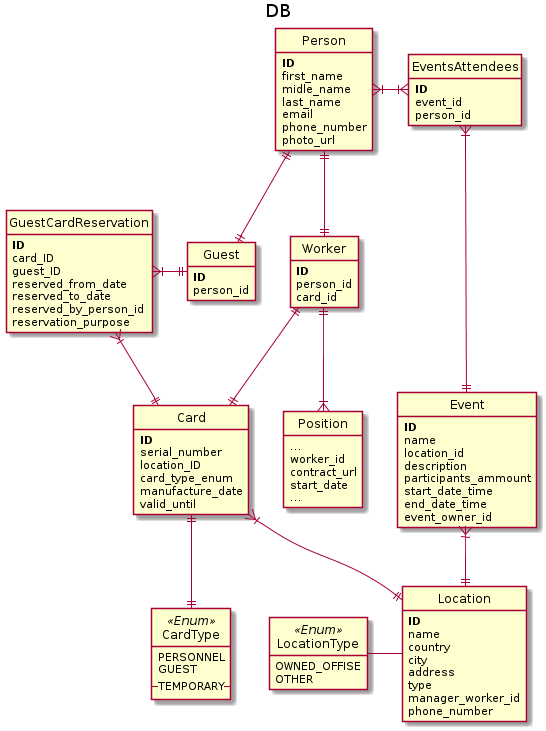
Before: diagrams/db.png, a diagram exported from PlantUML (Steror/2020_Exadel_Praktika).
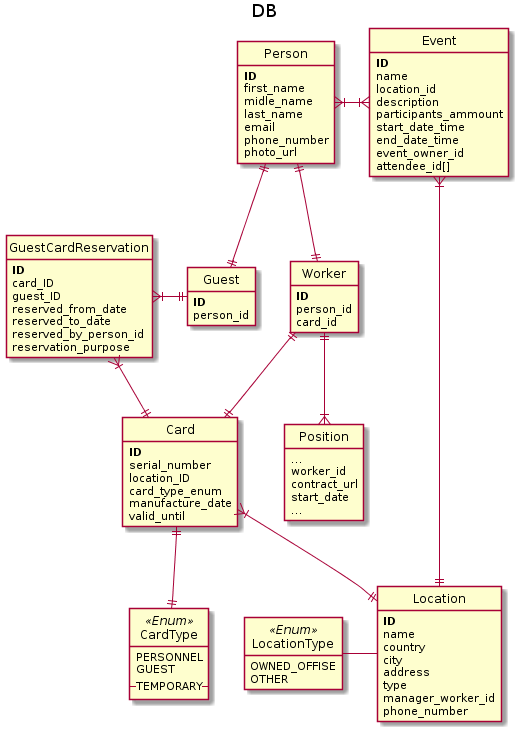
The same diagram one commit later.

Commit message:
Added inviting people to event, Update to DB schema

Change to the diagram source:
```diff
@@ -87,12 +87,7 @@
     start_date_time
     end_date_time
     event_owner_id
-}
-
-entity EventsAttendees {
-    <b>ID</b>
-    event_id
-    person_id
+    attendee_id[]
 }
 
 
@@ -107,9 +102,7 @@
 Guest ||-up-|| Person
 GuestCardReservation }|-right-|| Guest
 Event }|--|| Location
-EventsAttendees }|--|| Event
-EventsAttendees }|-left-|{ Person
+Event }|-left-|{ Person
 Worker ||--|| Card
 LocationType -right- Location
-
 @enduml
```
